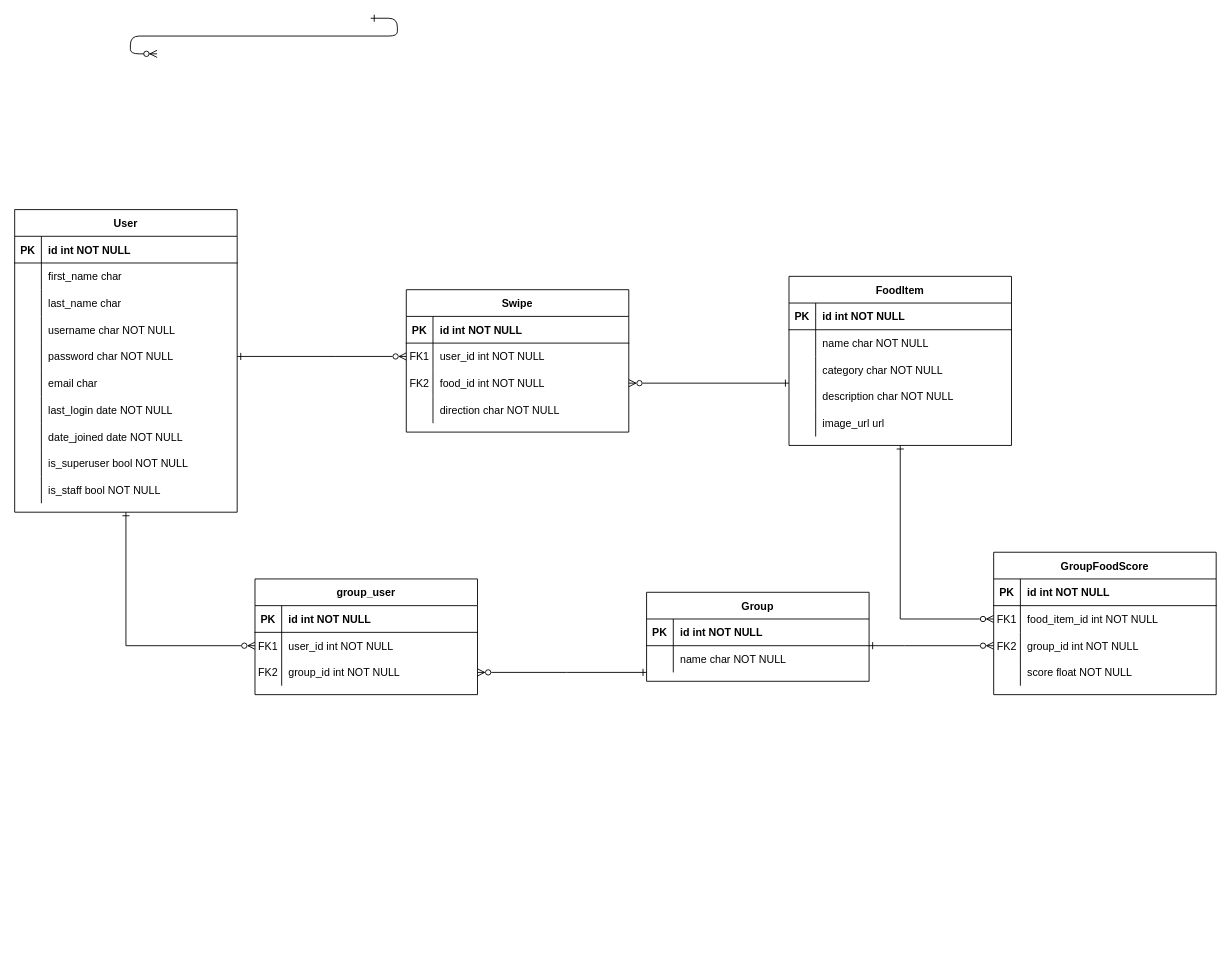
grubflow/diagrams keeps this draw.io diagram as grubflow-db.drawio. Above is the earlier version. Source tidied: cells renumbered, new cells numbered last; positions are measured from the earlier drawing's top-left corner, leaving out a move shared by most shapes. Both pictures are drawn from the tidied source at 89%, with x=0, y=0 at pixel (14, 18).
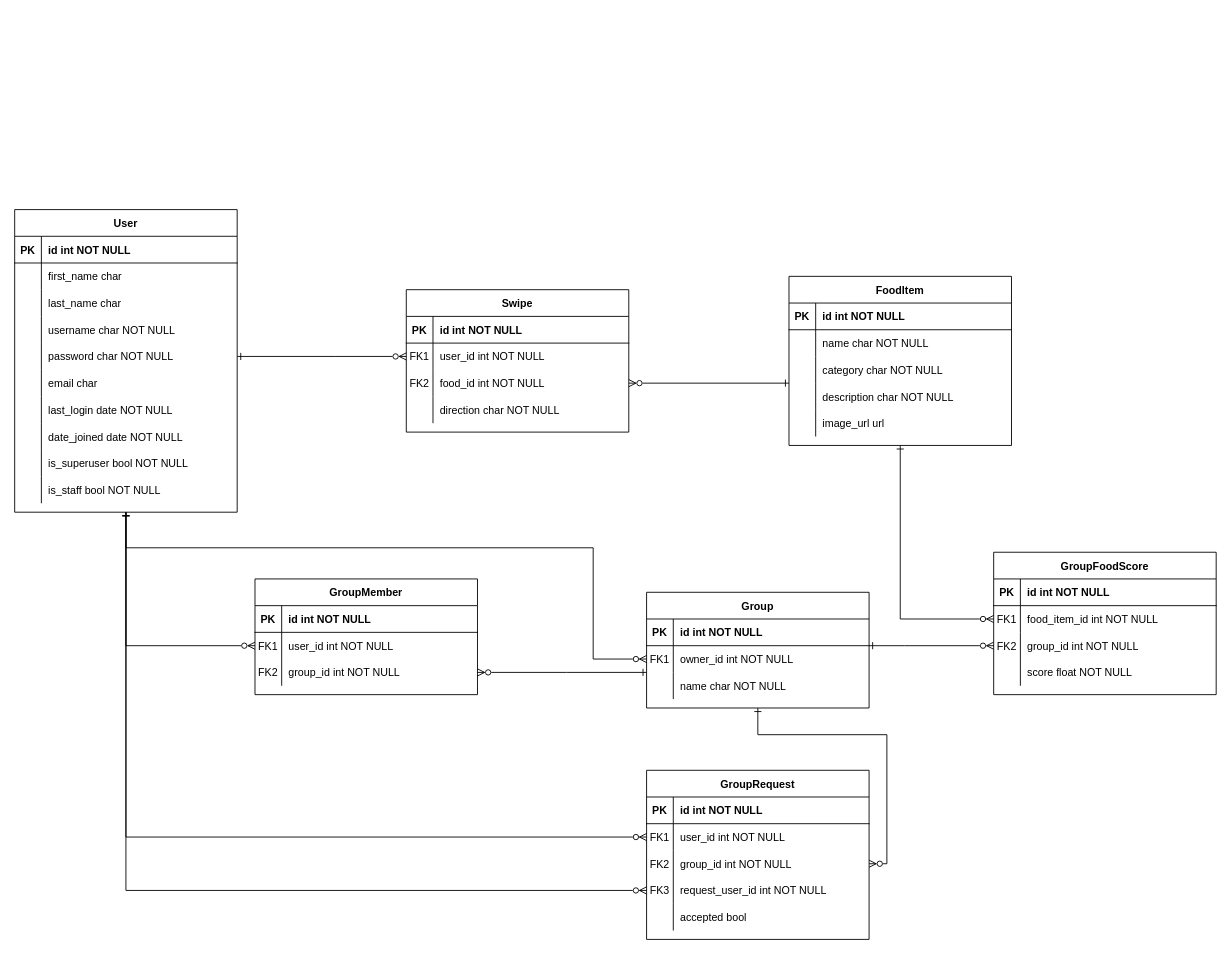
Above is the later version.

Commit message:
add group requests

Unchanged cells that the change refers to:
```xml
<mxCell id="3" value="User" style="shape=table;startSize=30;childLayout=tableLayout;rowLines=0;fontStyle=1;align=center;gradientColor=none;" parent="1" vertex="1">
  <mxGeometry y="215" width="250" height="340" as="geometry" />
</mxCell>
```

Change to the diagram source:
```diff
@@
-    <mxCell id="2" style="edgeStyle=entityRelationEdgeStyle;endArrow=ERzeroToMany;startArrow=ERone;endFill=1;startFill=0;" parent="1" edge="1">
-      <mxGeometry relative="1" as="geometry">
-        <mxPoint x="400" as="sourcePoint" />
-        <mxPoint x="160" y="40" as="targetPoint" />
-      </mxGeometry>
-    </mxCell>
@@
     <mxCell id="65" value="Group" style="shape=table;startSize=30;childLayout=tableLayout;rowLines=0;fontStyle=1;align=center;gradientColor=none;" parent="1" vertex="1">
-      <mxGeometry x="710" y="645" width="250" height="100" as="geometry" />
+      <mxGeometry x="710" y="645" width="250" height="130" as="geometry" />
     </mxCell>
@@
+    <mxCell id="99" style="shape=partialRectangle;fillColor=none;points=[[0,0.5],[1,0.5]];portConstraint=eastwest;top=0;left=0;right=0;bottom=0;" parent="65" vertex="1">
+      <mxGeometry y="60" width="250" height="30" as="geometry" />
+    </mxCell>
+    <mxCell id="100" value="FK1" style="shape=partialRectangle;overflow=hidden;fillColor=none;top=0;left=0;bottom=0;right=0;" parent="99" vertex="1">
+      <mxGeometry width="30" height="30" as="geometry" />
+    </mxCell>
+    <mxCell id="101" value="owner_id int NOT NULL" style="shape=partialRectangle;overflow=hidden;fillColor=none;top=0;left=0;bottom=0;right=0;align=left;spacingLeft=6;" parent="99" vertex="1">
+      <mxGeometry x="30" width="220" height="30" as="geometry" />
+    </mxCell>
     <mxCell id="69" style="shape=partialRectangle;fillColor=none;top=0;left=0;right=0;bottom=0;" parent="65" vertex="1">
-      <mxGeometry y="60" width="250" height="30" as="geometry" />
+      <mxGeometry y="90" width="250" height="30" as="geometry" />
     </mxCell>
@@
-    <mxCell id="72" value="group_user" style="shape=table;startSize=30;childLayout=tableLayout;rowLines=0;fontStyle=1;align=center;gradientColor=none;" parent="1" vertex="1">
+    <mxCell id="72" value="GroupMember" style="shape=table;startSize=30;childLayout=tableLayout;rowLines=0;fontStyle=1;align=center;gradientColor=none;" parent="1" vertex="1">
       <mxGeometry x="270" y="630" width="250" height="130" as="geometry" />
     </mxCell>
@@
+    <mxCell id="102" value="GroupRequest" style="shape=table;startSize=30;childLayout=tableLayout;rowLines=0;fontStyle=1;align=center;gradientColor=none;" parent="1" vertex="1">
+      <mxGeometry x="710" y="845" width="250" height="190" as="geometry" />
+    </mxCell>
+    <mxCell id="103" style="shape=partialRectangle;fillColor=none;top=0;left=0;right=0;bottom=1;" parent="102" vertex="1">
+      <mxGeometry y="30" width="250" height="30" as="geometry" />
+    </mxCell>
+    <mxCell id="104" value="PK" style="shape=partialRectangle;overflow=hidden;fillColor=none;top=0;left=0;bottom=0;right=0;fontStyle=1;" parent="103" vertex="1">
+      <mxGeometry width="30" height="30" as="geometry" />
+    </mxCell>
+    <mxCell id="105" value="id int NOT NULL " style="shape=partialRectangle;overflow=hidden;fillColor=none;top=0;left=0;bottom=0;right=0;align=left;spacingLeft=6;fontStyle=1;" parent="103" vertex="1">
+      <mxGeometry x="30" width="220" height="30" as="geometry" />
+    </mxCell>
+    <mxCell id="106" style="shape=partialRectangle;fillColor=none;points=[[0,0.5],[1,0.5]];portConstraint=eastwest;top=0;left=0;right=0;bottom=0;" parent="102" vertex="1">
+      <mxGeometry y="60" width="250" height="30" as="geometry" />
+    </mxCell>
+    <mxCell id="107" value="FK1" style="shape=partialRectangle;overflow=hidden;fillColor=none;top=0;left=0;bottom=0;right=0;" parent="106" vertex="1">
+      <mxGeometry width="30" height="30" as="geometry" />
+    </mxCell>
+    <mxCell id="108" value="user_id int NOT NULL" style="shape=partialRectangle;overflow=hidden;fillColor=none;top=0;left=0;bottom=0;right=0;align=left;spacingLeft=6;" parent="106" vertex="1">
+      <mxGeometry x="30" width="220" height="30" as="geometry" />
+    </mxCell>
+    <mxCell id="109" style="shape=partialRectangle;fillColor=none;points=[[0,0.5],[1,0.5]];portConstraint=eastwest;top=0;left=0;right=0;bottom=0;" parent="102" vertex="1">
+      <mxGeometry y="90" width="250" height="30" as="geometry" />
+    </mxCell>
+    <mxCell id="110" value="FK2" style="shape=partialRectangle;overflow=hidden;fillColor=none;top=0;left=0;bottom=0;right=0;" parent="109" vertex="1">
+      <mxGeometry width="30" height="30" as="geometry" />
+    </mxCell>
+    <mxCell id="111" value="group_id int NOT NULL" style="shape=partialRectangle;overflow=hidden;fillColor=none;top=0;left=0;bottom=0;right=0;align=left;spacingLeft=6;" parent="109" vertex="1">
+      <mxGeometry x="30" width="220" height="30" as="geometry" />
+    </mxCell>
+    <mxCell id="112" style="shape=partialRectangle;fillColor=none;points=[[0,0.5],[1,0.5]];portConstraint=eastwest;top=0;left=0;right=0;bottom=0;" parent="102" vertex="1">
+      <mxGeometry y="120" width="250" height="30" as="geometry" />
+    </mxCell>
+    <mxCell id="113" value="FK3" style="shape=partialRectangle;overflow=hidden;fillColor=none;top=0;left=0;bottom=0;right=0;" parent="112" vertex="1">
+      <mxGeometry width="30" height="30" as="geometry" />
+    </mxCell>
+    <mxCell id="114" value="request_user_id int NOT NULL" style="shape=partialRectangle;overflow=hidden;fillColor=none;top=0;left=0;bottom=0;right=0;align=left;spacingLeft=6;" parent="112" vertex="1">
+      <mxGeometry x="30" width="220" height="30" as="geometry" />
+    </mxCell>
+    <mxCell id="115" style="shape=partialRectangle;fillColor=none;top=0;left=0;right=0;bottom=0;" parent="102" vertex="1">
+      <mxGeometry y="150" width="250" height="30" as="geometry" />
+    </mxCell>
+    <mxCell id="116" style="shape=partialRectangle;overflow=hidden;fillColor=none;top=0;left=0;bottom=0;right=0;" parent="115" vertex="1">
+      <mxGeometry width="30" height="30" as="geometry" />
+    </mxCell>
+    <mxCell id="117" value="accepted bool" style="shape=partialRectangle;overflow=hidden;fillColor=none;top=0;left=0;bottom=0;right=0;align=left;spacingLeft=6;" parent="115" vertex="1">
+      <mxGeometry x="30" width="220" height="30" as="geometry" />
+    </mxCell>
+    <mxCell id="118" style="edgeStyle=orthogonalEdgeStyle;rounded=0;jettySize=auto;html=1;exitX=0;exitY=0.5;exitDx=0;exitDy=0;startArrow=ERzeroToMany;startFill=0;endArrow=ERone;endFill=0;" parent="1" edge="1" source="99" target="3">
+      <mxGeometry relative="1" as="geometry">
+        <Array as="points">
+          <mxPoint x="650" y="720" />
+          <mxPoint x="650" y="595" />
+          <mxPoint x="125" y="595" />
+        </Array>
+      </mxGeometry>
+    </mxCell>
+    <mxCell id="119" style="edgeStyle=orthogonalEdgeStyle;rounded=0;jettySize=auto;html=1;exitX=0;exitY=0.5;exitDx=0;exitDy=0;startArrow=ERzeroToMany;startFill=0;endArrow=ERone;endFill=0;" parent="1" edge="1" source="106" target="3">
+      <mxGeometry relative="1" as="geometry" />
+    </mxCell>
+    <mxCell id="120" style="edgeStyle=orthogonalEdgeStyle;rounded=0;jettySize=auto;html=1;exitX=1;exitY=0.5;exitDx=0;exitDy=0;startArrow=ERzeroToMany;startFill=0;endArrow=ERone;endFill=0;" parent="1" edge="1" source="109" target="65">
+      <mxGeometry relative="1" as="geometry">
+        <Array as="points">
+          <mxPoint x="980" y="950" />
+          <mxPoint x="980" y="805" />
+          <mxPoint x="835" y="805" />
+        </Array>
+      </mxGeometry>
+    </mxCell>
+    <mxCell id="121" style="edgeStyle=orthogonalEdgeStyle;rounded=0;jettySize=auto;html=1;exitX=0;exitY=0.5;exitDx=0;exitDy=0;startArrow=ERzeroToMany;startFill=0;endArrow=ERone;endFill=0;" parent="1" edge="1" source="112" target="3">
+      <mxGeometry relative="1" as="geometry" />
+    </mxCell>
```
